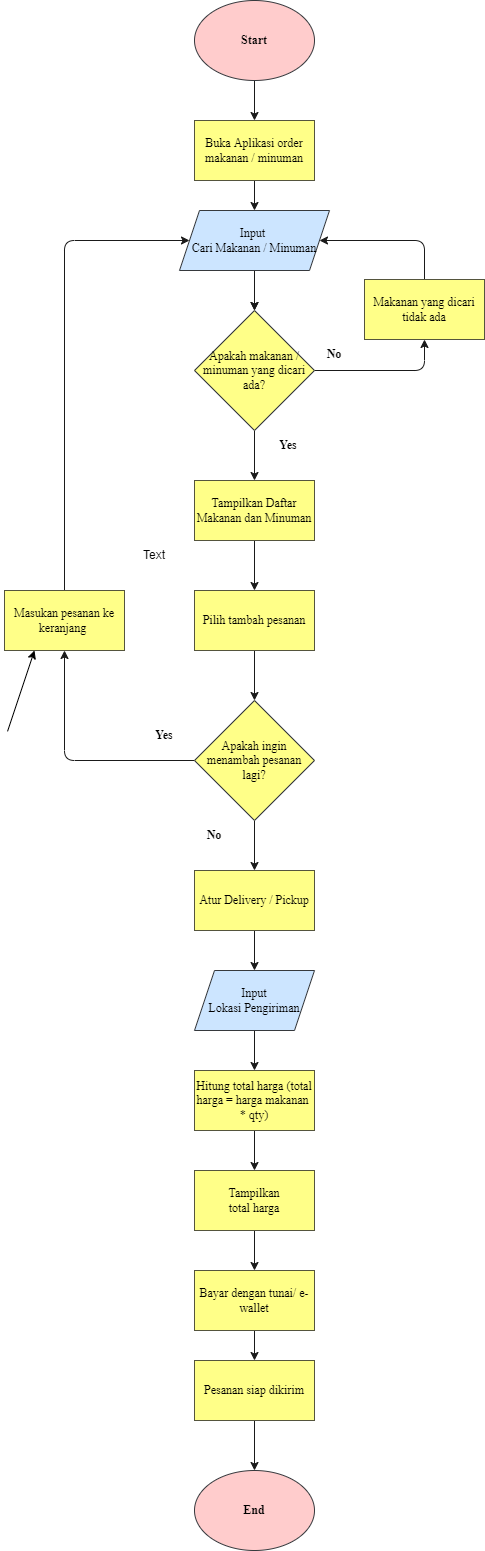
The draw.io diagram flowchart.drawio.png in syahrulakbar/mochamad_syahrul_akbar-proses_order_makanan-minuman_via_online, before a commit. Source tidied: cells renumbered, new cells last; positions are measured from the earlier drawing's top-left corner, leaving out a move shared by most shapes.
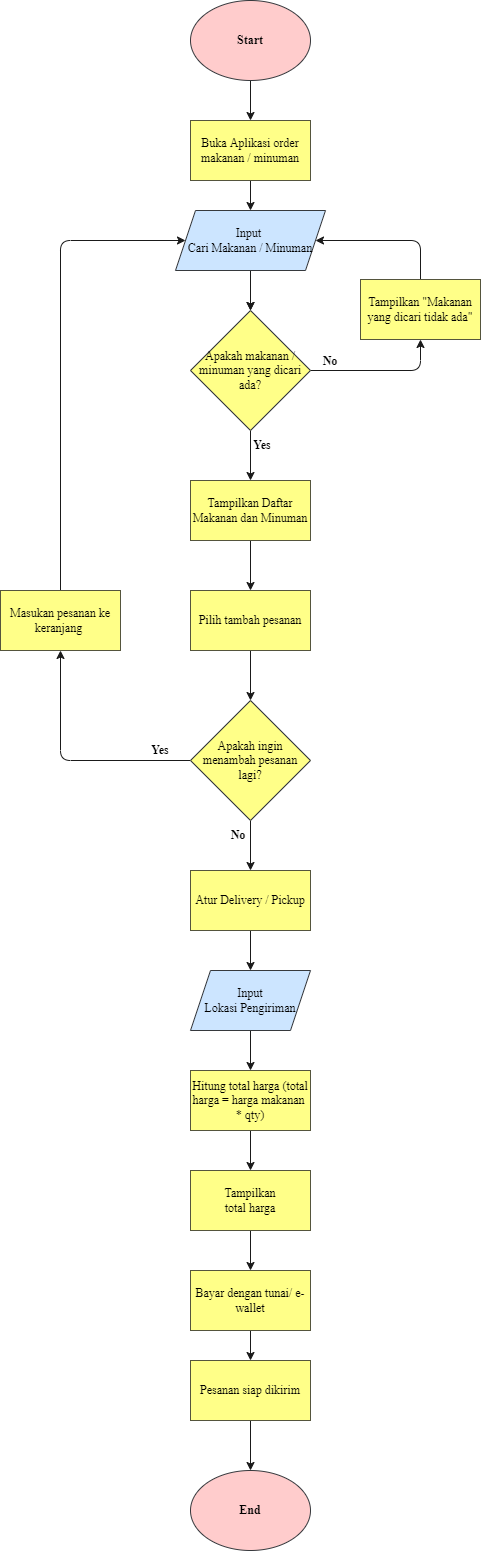
After the commit.

Commit message:
revision desc flowchart

Diff of the diagram source:
```diff
@@ -49,8 +49,8 @@
     <mxCell id="14" value="Atur Delivery / Pickup" style="rounded=0;whiteSpace=wrap;html=1;fontFamily=Times New Roman;fillColor=#ffff88;fontColor=#000000;strokeColor=#55553D;strokeWidth=1;" parent="1" vertex="1">
       <mxGeometry x="190" y="870" width="120" height="60" as="geometry" />
     </mxCell>
-    <mxCell id="15" value="&lt;font&gt;No&lt;/font&gt;" style="text;html=1;strokeColor=none;fillColor=none;align=center;verticalAlign=middle;whiteSpace=wrap;rounded=0;fontFamily=Times New Roman;fontSize=12;fontColor=#000000;fontStyle=1;strokeWidth=1;" parent="1" vertex="1">
-      <mxGeometry x="300" y="339" width="60" height="30" as="geometry" />
+    <mxCell id="15" value="&lt;font&gt;No&lt;/font&gt;" style="text;html=1;strokeColor=none;fillColor=none;align=center;verticalAlign=middle;whiteSpace=wrap;rounded=0;fontFamily=Times New Roman;fontSize=12;fontColor=#000000;fontStyle=1;strokeWidth=0;" parent="1" vertex="1">
+      <mxGeometry x="300" y="346" width="60" height="30" as="geometry" />
     </mxCell>
     <mxCell id="16" style="edgeStyle=none;html=1;exitX=0;exitY=0.5;exitDx=0;exitDy=0;entryX=0.5;entryY=1;entryDx=0;entryDy=0;fontFamily=Helvetica;fontSize=11;fillColor=#0050ef;strokeColor=#1A1A1A;fontColor=default;strokeWidth=1;" parent="1" edge="1" source="18" target="12">
       <mxGeometry relative="1" as="geometry">
@@ -86,23 +86,15 @@
     <mxCell id="25" value="&lt;b&gt;&lt;font&gt;End&lt;/font&gt;&lt;/b&gt;" style="ellipse;whiteSpace=wrap;html=1;fontFamily=Times New Roman;fontSize=12;fillColor=#ffcccc;strokeColor=#36393d;fontColor=#000000;strokeWidth=1;" parent="1" vertex="1">
       <mxGeometry x="190" y="1470" width="120" height="80" as="geometry" />
     </mxCell>
-    <mxCell id="26" value="&lt;font&gt;Yes&lt;/font&gt;" style="text;html=1;strokeColor=none;fillColor=none;align=center;verticalAlign=middle;whiteSpace=wrap;rounded=0;fontFamily=Times New Roman;fontSize=12;fontColor=#000000;fontStyle=1;strokeWidth=1;" parent="1" vertex="1">
-      <mxGeometry x="254" y="430" width="60" height="30" as="geometry" />
+    <mxCell id="26" value="&lt;font&gt;Yes&lt;/font&gt;" style="text;html=1;strokeColor=none;fillColor=none;align=center;verticalAlign=middle;whiteSpace=wrap;rounded=0;fontFamily=Times New Roman;fontSize=12;fontColor=#000000;fontStyle=1;strokeWidth=0;" parent="1" vertex="1">
+      <mxGeometry x="232" y="430" width="60" height="30" as="geometry" />
     </mxCell>
-    <mxCell id="27" value="&lt;font&gt;Yes&lt;/font&gt;" style="text;html=1;strokeColor=none;fillColor=none;align=center;verticalAlign=middle;whiteSpace=wrap;rounded=0;fontFamily=Times New Roman;fontSize=12;fontColor=#000000;fontStyle=1;strokeWidth=1;" parent="1" vertex="1">
-      <mxGeometry x="130" y="720" width="60" height="30" as="geometry" />
+    <mxCell id="27" value="&lt;font&gt;Yes&lt;/font&gt;" style="text;html=1;strokeColor=none;fillColor=none;align=center;verticalAlign=middle;whiteSpace=wrap;rounded=0;fontFamily=Times New Roman;fontSize=12;fontColor=#000000;fontStyle=1;strokeWidth=0;" parent="1" vertex="1">
+      <mxGeometry x="130" y="735" width="60" height="30" as="geometry" />
     </mxCell>
-    <mxCell id="28" value="&lt;font&gt;No&lt;/font&gt;" style="text;html=1;strokeColor=none;fillColor=none;align=center;verticalAlign=middle;whiteSpace=wrap;rounded=0;fontFamily=Times New Roman;fontSize=12;fontColor=#000000;fontStyle=1;strokeWidth=1;" parent="1" vertex="1">
-      <mxGeometry x="180" y="820" width="60" height="30" as="geometry" />
+    <mxCell id="28" value="&lt;font&gt;No&lt;/font&gt;" style="text;html=1;strokeColor=none;fillColor=none;align=center;verticalAlign=middle;whiteSpace=wrap;rounded=0;fontFamily=Times New Roman;fontSize=12;fontColor=#000000;fontStyle=1;strokeWidth=0;" parent="1" vertex="1">
+      <mxGeometry x="208" y="820" width="60" height="30" as="geometry" />
     </mxCell>
-    <mxCell id="29" value="Text" style="text;html=1;strokeColor=none;fillColor=none;align=center;verticalAlign=middle;whiteSpace=wrap;rounded=0;strokeWidth=1;" parent="1" vertex="1">
-      <mxGeometry x="120" y="540" width="60" height="30" as="geometry" />
-    </mxCell>
-    <mxCell id="30" style="edgeStyle=none;html=1;entryX=0.25;entryY=1;entryDx=0;entryDy=0;fontColor=#1A1A1A;strokeWidth=1;" parent="1" edge="1" target="12">
-      <mxGeometry relative="1" as="geometry">
-        <mxPoint x="3" y="730.9" as="sourcePoint" />
-      </mxGeometry>
-    </mxCell>
     <mxCell id="31" style="edgeStyle=none;shape=connector;rounded=1;html=1;exitX=0.5;exitY=0;exitDx=0;exitDy=0;entryX=1;entryY=0.5;entryDx=0;entryDy=0;labelBackgroundColor=default;fontFamily=Helvetica;fontSize=11;fontColor=default;endArrow=classic;strokeColor=#1A1A1A;strokeWidth=1;" parent="1" edge="1" source="32" target="35">
       <mxGeometry relative="1" as="geometry">
         <Array as="points">
@@ -110,7 +102,7 @@
         </Array>
       </mxGeometry>
     </mxCell>
-    <mxCell id="32" value="Makanan yang dicari tidak ada" style="rounded=0;whiteSpace=wrap;html=1;fontFamily=Times New Roman;fillColor=#ffff88;fontColor=#000000;strokeColor=#55553D;labelBorderColor=none;strokeWidth=1;" parent="1" vertex="1">
+    <mxCell id="32" value="Tampilkan &quot;Makanan yang dicari tidak ada&quot;" style="rounded=0;whiteSpace=wrap;html=1;fontFamily=Times New Roman;fillColor=#ffff88;fontColor=#000000;strokeColor=#55553D;labelBorderColor=none;strokeWidth=1;" parent="1" vertex="1">
       <mxGeometry x="360" y="279" width="120" height="60" as="geometry" />
     </mxCell>
     <mxCell id="33" style="edgeStyle=none;html=1;exitX=0.5;exitY=1;exitDx=0;exitDy=0;entryX=0.5;entryY=0;entryDx=0;entryDy=0;strokeWidth=1;" parent="1" edge="1" source="35" target="10">
```
